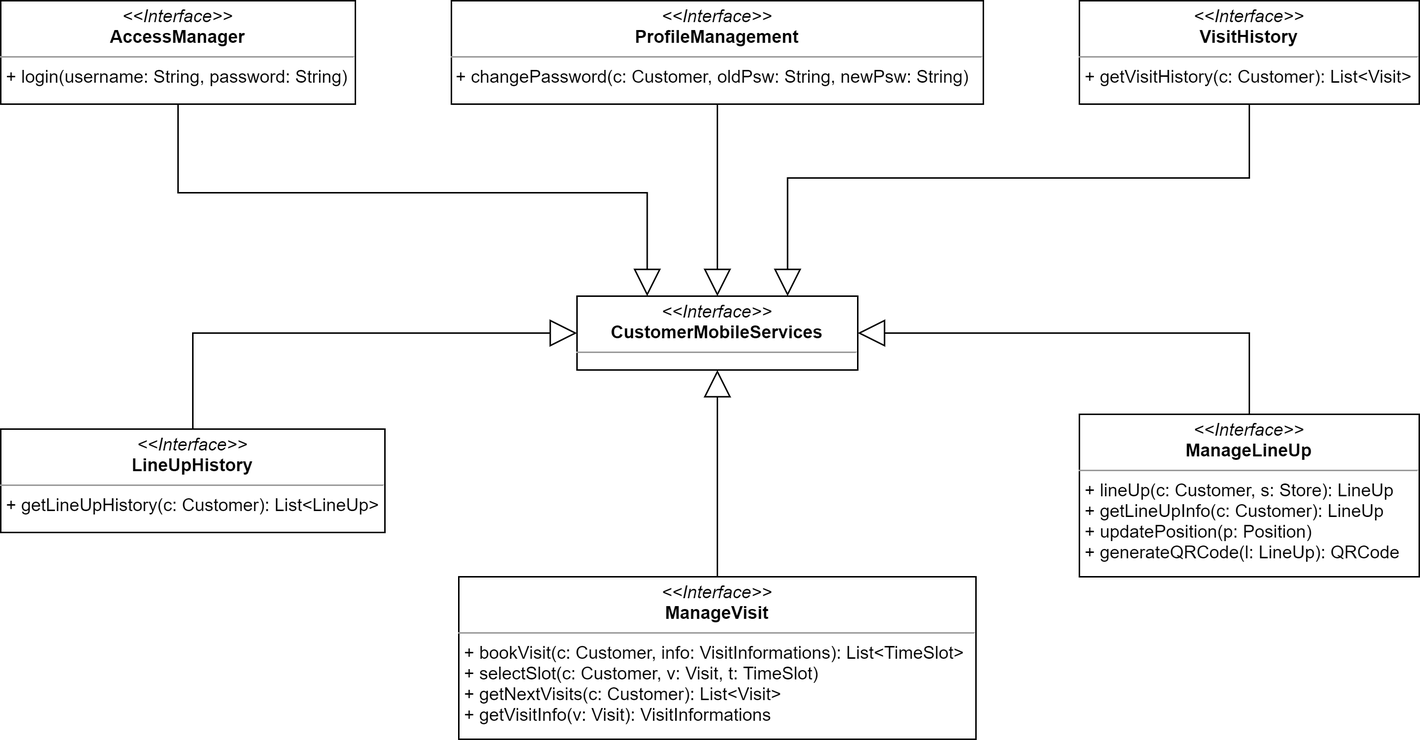
Before: DDworkspace/LaTeXproject/images/cust_mobile_serv_interfaces.png, a diagram exported from draw.io (marcoDige/CLup). Source tidied: cells renumbered, new cells last; positions are measured from the earlier drawing's top-left corner, leaving out a move shared by most shapes.
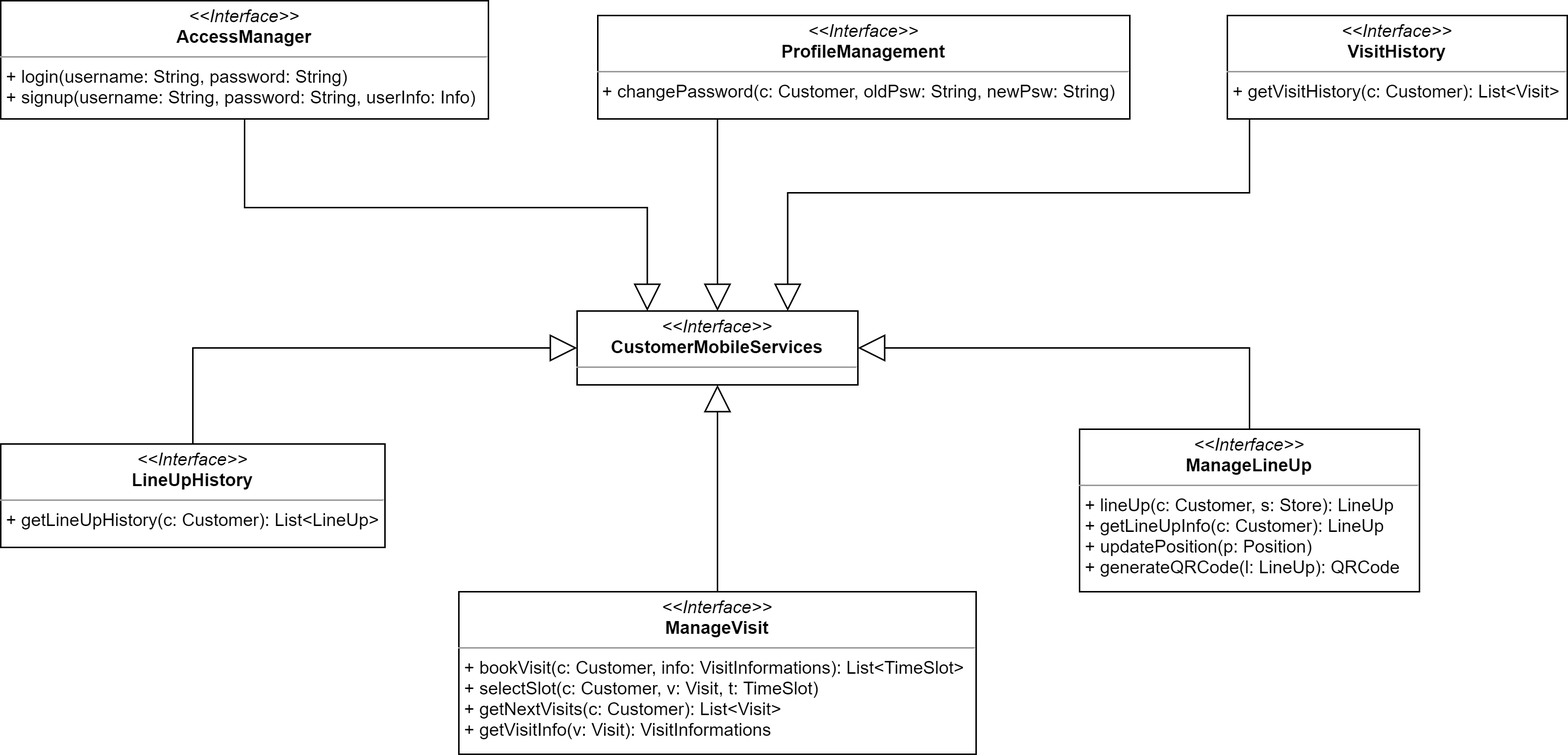
Above is the later version.

The edit, as a diff of the source:
```diff
@@ -14,7 +14,7 @@
       </mxGeometry>
     </mxCell>
     <mxCell id="4" value="&lt;p style=&quot;margin: 0px ; margin-top: 4px ; text-align: center&quot;&gt;&lt;i&gt;&amp;lt;&amp;lt;Interface&amp;gt;&amp;gt;&lt;/i&gt;&lt;br&gt;&lt;b&gt;VisitHistory&lt;/b&gt;&lt;/p&gt;&lt;hr size=&quot;1&quot;&gt;&lt;p style=&quot;margin: 0px ; margin-left: 4px&quot;&gt;+&amp;nbsp;getVisitHistory(c: Customer): List&amp;lt;Visit&amp;gt;&lt;br&gt;&lt;/p&gt;&lt;p style=&quot;margin: 0px ; margin-left: 4px&quot;&gt;&lt;br&gt;&lt;/p&gt;" style="verticalAlign=top;align=left;overflow=fill;fontSize=12;fontFamily=Helvetica;html=1;" parent="1" vertex="1">
-      <mxGeometry x="730" width="230" height="70" as="geometry" />
+      <mxGeometry x="830" width="230" height="70" as="geometry" />
     </mxCell>
     <mxCell id="5" style="edgeStyle=orthogonalEdgeStyle;rounded=0;jettySize=auto;html=1;exitX=0.5;exitY=0;exitDx=0;exitDy=0;entryX=0.5;entryY=1;entryDx=0;entryDy=0;endArrow=block;endFill=0;endSize=16;" parent="1" edge="1" source="6" target="2">
       <mxGeometry relative="1" as="geometry" />
@@ -34,16 +34,19 @@
     <mxCell id="10" style="edgeStyle=orthogonalEdgeStyle;rounded=0;jettySize=auto;html=1;exitX=0.5;exitY=1;exitDx=0;exitDy=0;entryX=0.25;entryY=0;entryDx=0;entryDy=0;endArrow=block;endFill=0;endSize=16;" parent="1" edge="1" source="11" target="2">
       <mxGeometry relative="1" as="geometry" />
     </mxCell>
-    <mxCell id="11" value="&lt;p style=&quot;margin: 0px ; margin-top: 4px ; text-align: center&quot;&gt;&lt;i&gt;&amp;lt;&amp;lt;Interface&amp;gt;&amp;gt;&lt;/i&gt;&lt;br&gt;&lt;b&gt;AccessManager&lt;/b&gt;&lt;/p&gt;&lt;hr size=&quot;1&quot;&gt;&lt;p style=&quot;margin: 0px ; margin-left: 4px&quot;&gt;+&amp;nbsp;login(username: String, password: String)&lt;/p&gt;" style="verticalAlign=top;align=left;overflow=fill;fontSize=12;fontFamily=Helvetica;html=1;" parent="1" vertex="1">
-      <mxGeometry width="240" height="70" as="geometry" />
+    <mxCell id="11" value="&lt;p style=&quot;margin: 0px ; margin-top: 4px ; text-align: center&quot;&gt;&lt;i&gt;&amp;lt;&amp;lt;Interface&amp;gt;&amp;gt;&lt;/i&gt;&lt;br&gt;&lt;b&gt;AccessManager&lt;/b&gt;&lt;/p&gt;&lt;hr size=&quot;1&quot;&gt;&lt;p style=&quot;margin: 0px ; margin-left: 4px&quot;&gt;+&amp;nbsp;login(username: String, password: String)&lt;/p&gt;&lt;p style=&quot;margin: 0px ; margin-left: 4px&quot;&gt;+ signup(username: String, password: String, userInfo: Info)&lt;/p&gt;" style="verticalAlign=top;align=left;overflow=fill;fontSize=12;fontFamily=Helvetica;html=1;" parent="1" vertex="1">
+      <mxGeometry y="-10" width="330" height="80" as="geometry" />
     </mxCell>
     <mxCell id="12" style="edgeStyle=orthogonalEdgeStyle;rounded=0;jettySize=auto;html=1;exitX=0.5;exitY=1;exitDx=0;exitDy=0;endArrow=block;endFill=0;endSize=16;" parent="1" edge="1" source="13">
       <mxGeometry relative="1" as="geometry">
         <mxPoint x="485" y="200" as="targetPoint" />
+        <Array as="points">
+          <mxPoint x="485" y="70" />
+        </Array>
       </mxGeometry>
     </mxCell>
     <mxCell id="13" value="&lt;p style=&quot;margin: 0px ; margin-top: 4px ; text-align: center&quot;&gt;&lt;i&gt;&amp;lt;&amp;lt;Interface&amp;gt;&amp;gt;&lt;/i&gt;&lt;br&gt;&lt;b&gt;ProfileManagement&lt;/b&gt;&lt;/p&gt;&lt;hr size=&quot;1&quot;&gt;&lt;p style=&quot;margin: 0px ; margin-left: 4px&quot;&gt;&lt;/p&gt;&amp;nbsp;+ changePassword(c: Customer, oldPsw: String, newPsw: String)" style="verticalAlign=top;align=left;overflow=fill;fontSize=12;fontFamily=Helvetica;html=1;" parent="1" vertex="1">
-      <mxGeometry x="305" width="360" height="70" as="geometry" />
+      <mxGeometry x="404" width="360" height="70" as="geometry" />
     </mxCell>
     <mxCell id="14" style="endArrow=block;endSize=16;endFill=0;html=1;entryX=0;entryY=0.5;entryDx=0;entryDy=0;exitX=0.5;exitY=0;exitDx=0;exitDy=0;rounded=0;" parent="1" edge="1" source="7" target="2">
       <mxGeometry relative="1" as="geometry">
```
